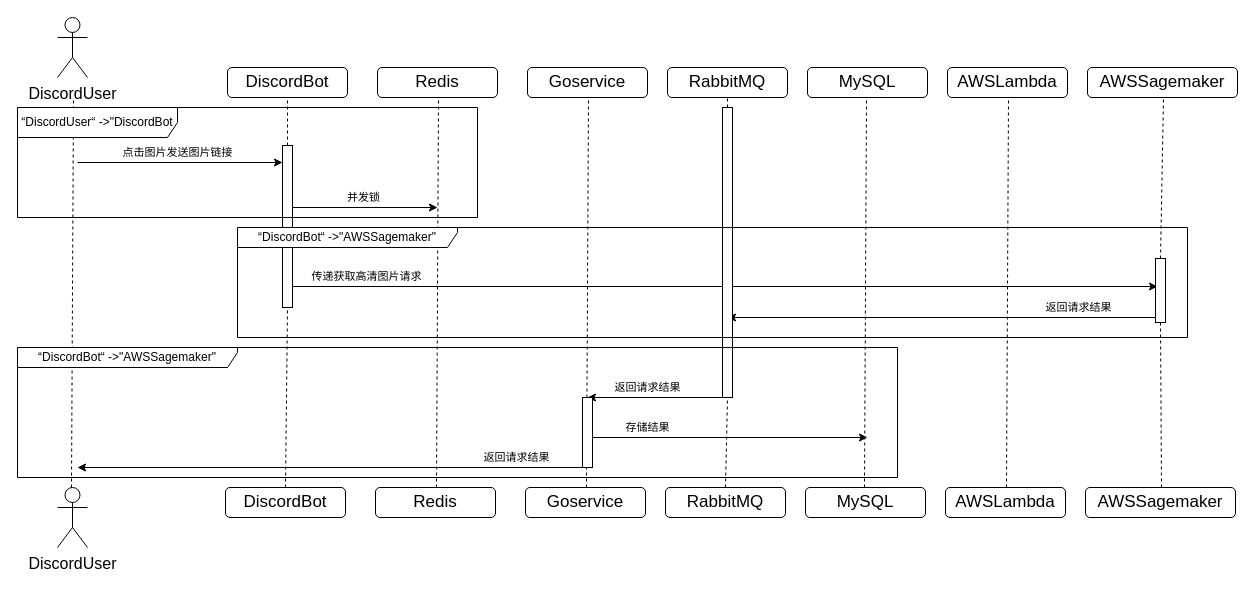
This is Untitled Diagram.drawio from Runrun-mu/data, a draw.io file, before an edit. Source tidied: cells renumbered, new cells numbered last; positions are measured from the earlier drawing's top-left corner, leaving out a move shared by most shapes. Both pictures are drawn from the tidied source at 100%, with x=0, y=0 at pixel (17, 17).
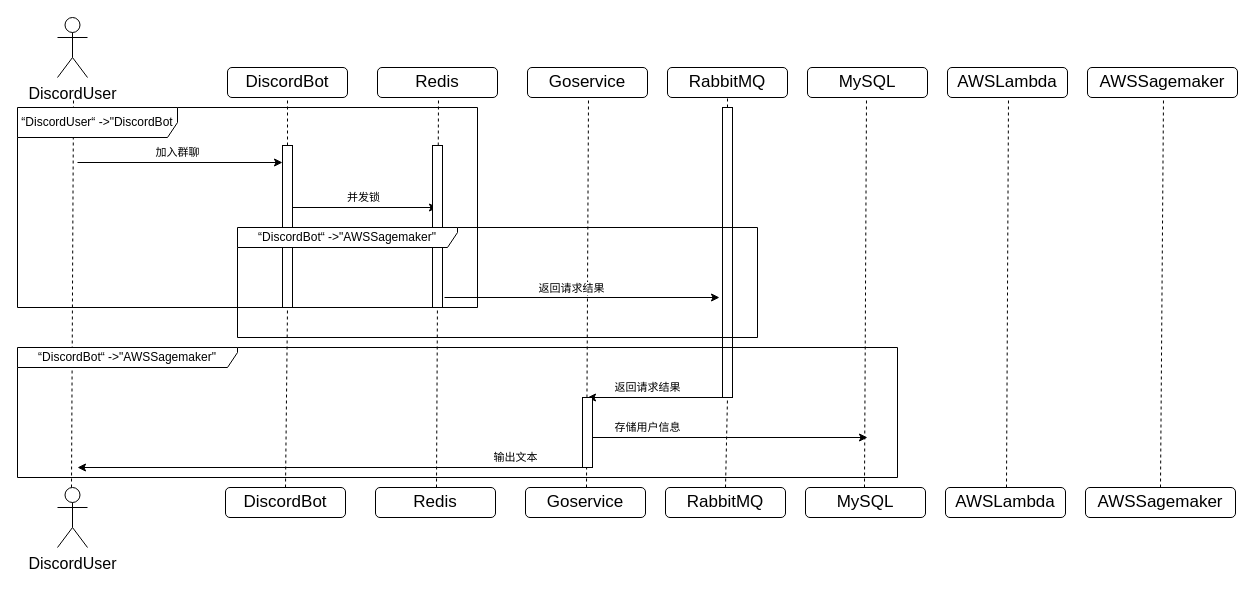
The same page after the edit.

Unchanged cells that the change refers to:
```xml
<mxCell id="15" value="AWSSagemaker" style="rounded=1;whiteSpace=wrap;html=1;fontSize=17;" parent="1" vertex="1">
  <mxGeometry x="1068" y="470" width="150" height="30" as="geometry" />
</mxCell>
<mxCell id="37" style="html=1;points=[];perimeter=orthogonalPerimeter;outlineConnect=0;targetShapes=umlLifeline;portConstraint=eastwest;newEdgeStyle={&quot;edgeStyle&quot;:&quot;elbowEdgeStyle&quot;,&quot;elbow&quot;:&quot;vertical&quot;,&quot;curved&quot;:0,&quot;rounded&quot;:0};" parent="1" vertex="1">
  <mxGeometry x="565" y="380" width="10" height="70" as="geometry" />
</mxCell>
```

Diff of the diagram source:
```diff
@@
-    <mxCell id="21" style="endArrow=none;dashed=1;html=1;rounded=0;entryX=0.5;entryY=1;entryDx=0;entryDy=0;exitX=0.5;exitY=0;exitDx=0;exitDy=0;" parent="1" edge="1" source="32">
+    <mxCell id="21" style="endArrow=none;dashed=1;html=1;rounded=0;entryX=0.5;entryY=1;entryDx=0;entryDy=0;exitX=0.5;exitY=0;exitDx=0;exitDy=0;" parent="1" edge="1" source="15">
       <mxGeometry relative="1" as="geometry">
         <mxPoint x="1146" y="80" as="targetPoint" />
       </mxGeometry>
     </mxCell>
@@
-    <mxCell id="26" value="点击图片发送图片链接" style="endArrow=classic;html=1;rounded=0;" parent="1" edge="1">
+    <mxCell id="26" value="加入群聊" style="endArrow=classic;html=1;rounded=0;" parent="1" edge="1">
       <mxGeometry x="-0.02" y="10" relative="1" as="geometry">
         <mxPoint x="60" y="145" as="sourcePoint" />
         <mxPoint x="265" y="145" as="targetPoint" />
       </mxGeometry>
     </mxCell>
@@
-    <mxCell id="30" value="传递获取高清图片请求" style="endArrow=classic;html=1;rounded=0;" parent="1" edge="1">
-      <mxGeometry x="-0.83" y="10" relative="1" as="geometry">
-        <mxPoint x="275" y="269" as="sourcePoint" />
-        <mxPoint x="1140" y="269" as="targetPoint" />
-      </mxGeometry>
-    </mxCell>
-    <mxCell id="31" style="endArrow=none;dashed=1;html=1;rounded=0;entryX=0.5;entryY=1;entryDx=0;entryDy=0;exitX=0.5;exitY=0;exitDx=0;exitDy=0;" parent="1" edge="1" target="32">
-      <mxGeometry relative="1" as="geometry">
-        <mxPoint x="1144" y="470" as="sourcePoint" />
-      </mxGeometry>
-    </mxCell>
-    <mxCell id="32" style="html=1;points=[];perimeter=orthogonalPerimeter;outlineConnect=0;targetShapes=umlLifeline;portConstraint=eastwest;newEdgeStyle={&quot;edgeStyle&quot;:&quot;elbowEdgeStyle&quot;,&quot;elbow&quot;:&quot;vertical&quot;,&quot;curved&quot;:0,&quot;rounded&quot;:0};" parent="1" vertex="1">
-      <mxGeometry x="1138" y="241" width="10" height="64" as="geometry" />
-    </mxCell>
-    <mxCell id="33" value="返回请求结果" style="endArrow=classic;html=1;rounded=0;" parent="1" edge="1" source="32">
-      <mxGeometry x="-0.64" y="-10" relative="1" as="geometry">
-        <mxPoint x="710" y="300" as="targetPoint" />
-      </mxGeometry>
-    </mxCell>
@@
-    <mxCell id="38" value="存储结果" style="endArrow=classic;html=1;rounded=0;" parent="1" edge="1">
+    <mxCell id="38" value="存储用户信息" style="endArrow=classic;html=1;rounded=0;" parent="1" edge="1">
       <mxGeometry x="-0.6" y="10" relative="1" as="geometry">
         <mxPoint x="575" y="420" as="sourcePoint" />
         <mxPoint x="850" y="420" as="targetPoint" />
       </mxGeometry>
     </mxCell>
-    <mxCell id="39" value="返回请求结果" style="endArrow=classic;html=1;rounded=0;" parent="1" edge="1" source="37">
+    <mxCell id="39" value="输出文本" style="endArrow=classic;html=1;rounded=0;" parent="1" edge="1" source="37">
       <mxGeometry x="-0.74" y="-10" relative="1" as="geometry">
         <mxPoint x="60" y="450" as="targetPoint" />
+        <mxPoint x="-1" as="offset" />
       </mxGeometry>
     </mxCell>
     <mxCell id="40" value="“DiscordUser“ -&amp;gt;&quot;DiscordBot" style="shape=umlFrame;whiteSpace=wrap;html=1;width=160;" parent="1" vertex="1">
-      <mxGeometry y="90" width="460" height="110" as="geometry" />
+      <mxGeometry y="90" width="460" height="200" as="geometry" />
     </mxCell>
+    <mxCell id="43" style="html=1;perimeter=orthogonalPerimeter;targetShapes=umlLifeline;newEdgeStyle={&quot;edgeStyle&quot;:&quot;elbowEdgeStyle&quot;,&quot;elbow&quot;:&quot;vertical&quot;,&quot;curved&quot;:0,&quot;rounded&quot;:0};" parent="40" vertex="1">
+      <mxGeometry x="415" y="38" width="10" height="162" as="geometry" />
+    </mxCell>
     <mxCell id="41" value="“DiscordBot“ -&amp;gt;&quot;AWSSagemaker&quot;" style="shape=umlFrame;whiteSpace=wrap;html=1;width=220;height=20;" parent="1" vertex="1">
-      <mxGeometry x="220" y="210" width="950" height="110" as="geometry" />
+      <mxGeometry x="220" y="210" width="520" height="110" as="geometry" />
     </mxCell>
+    <mxCell id="33" value="返回请求结果" style="endArrow=classic;html=1;rounded=0;" parent="41" edge="1">
+      <mxGeometry x="-0.07" y="9" relative="1" as="geometry">
+        <mxPoint x="207" y="70" as="sourcePoint" />
+        <mxPoint x="482" y="70" as="targetPoint" />
+        <mxPoint x="-1" as="offset" />
+      </mxGeometry>
+    </mxCell>
```
